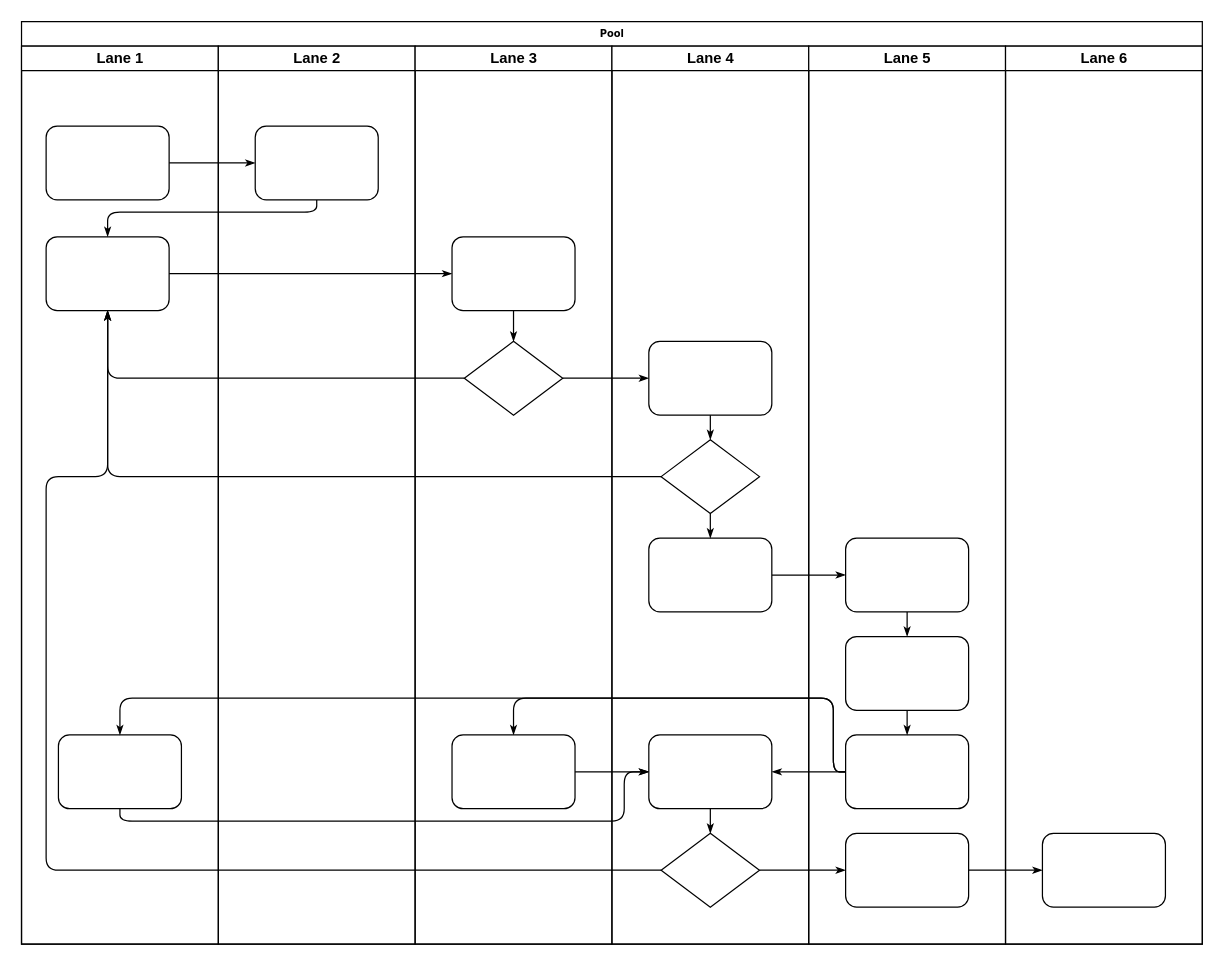
fang056/draw.io.r keeps this draw.io diagram as page "Page-1" (1 of 2) of 未命名绘图.drawio. Above is the earlier version. Source tidied: cells renumbered, new cells numbered last; positions are measured from the earlier drawing's top-left corner, leaving out a move shared by most shapes. Both pictures are drawn from the tidied source at 123%, with x=0, y=0 at pixel (21, 21).
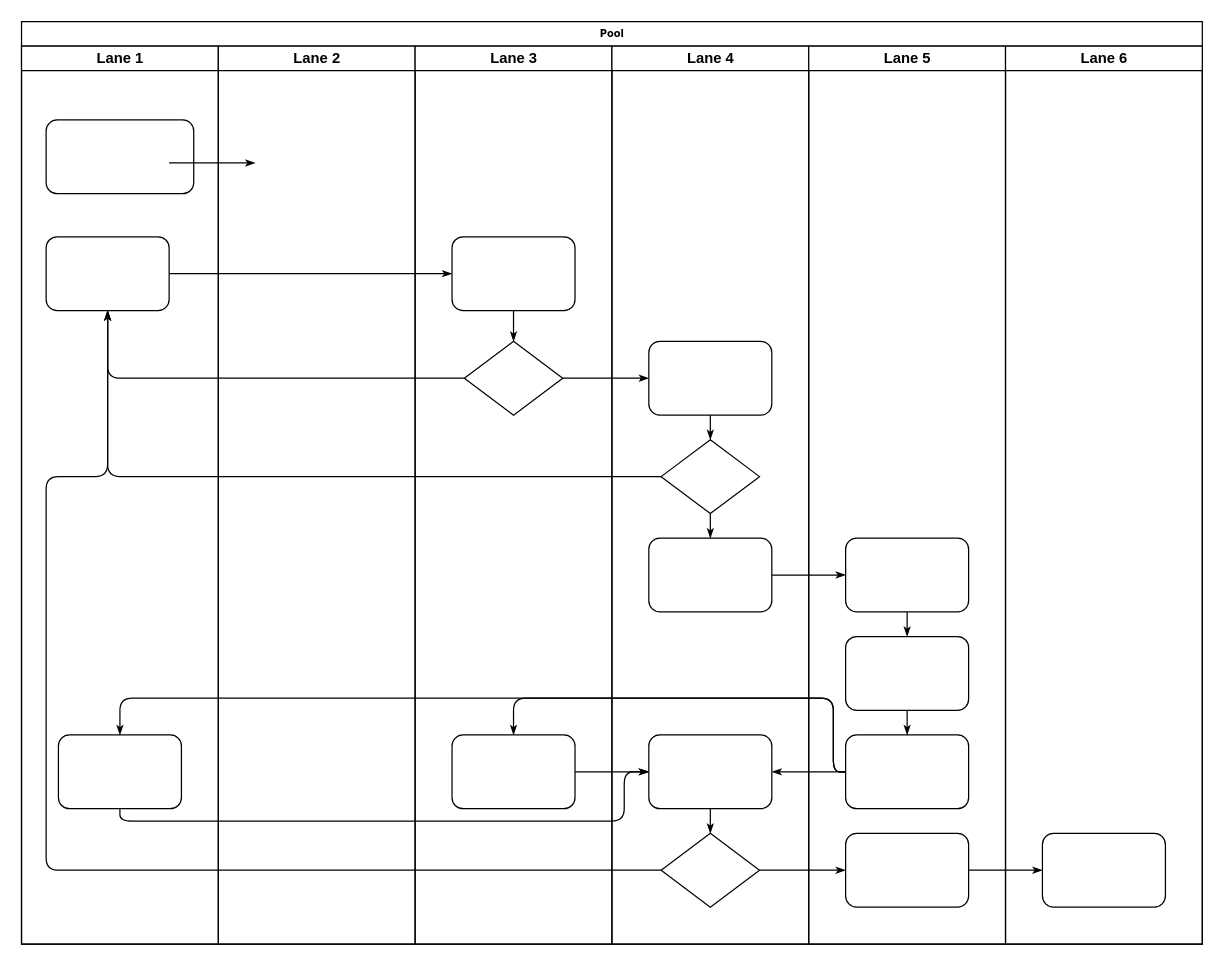
Above is the later version.

Unchanged cells that the change refers to:
```xml
<mxCell id="2" value="Pool" style="swimlane;html=1;startSize=20;rounded=0;shadow=0;labelBackgroundColor=none;strokeWidth=1;fontFamily=Verdana;fontSize=8;align=center;" parent="1" vertex="1">
  <mxGeometry width="960" height="750" as="geometry" />
</mxCell>
<mxCell id="3" value="Lane 1" style="swimlane;html=1;startSize=20;" parent="2" vertex="1">
  <mxGeometry y="20" width="160" height="730" as="geometry" />
</mxCell>
<mxCell id="5" style="rounded=1;whiteSpace=wrap;html=1;shadow=0;labelBackgroundColor=none;strokeWidth=1;fontFamily=Verdana;fontSize=8;align=center;" parent="3" vertex="1">
  <mxGeometry x="20" y="155" width="100" height="60" as="geometry" />
</mxCell>
<mxCell id="22" value="Lane 2" style="swimlane;html=1;startSize=20;" parent="2" vertex="1">
  <mxGeometry x="160" y="20" width="160" height="730" as="geometry" />
</mxCell>
```

What changed in the source:
```diff
@@
-    <mxCell id="4" style="rounded=1;whiteSpace=wrap;html=1;shadow=0;labelBackgroundColor=none;strokeWidth=1;fontFamily=Verdana;fontSize=8;align=center;" parent="3" vertex="1">
-      <mxGeometry x="20" y="65" width="100" height="60" as="geometry" />
-    </mxCell>
@@
+    <mxCell id="47" style="rounded=1;whiteSpace=wrap;html=1;" parent="3" vertex="1">
+      <mxGeometry x="20" y="60" width="120" height="60" as="geometry" />
+    </mxCell>
-    <mxCell id="7" style="edgeStyle=orthogonalEdgeStyle;rounded=1;html=1;labelBackgroundColor=none;startArrow=none;startFill=0;startSize=5;endArrow=classicThin;endFill=1;endSize=5;jettySize=auto;strokeWidth=1;fontFamily=Verdana;fontSize=8;" parent="2" edge="1" source="4" target="23">
-      <mxGeometry relative="1" as="geometry" />
+    <mxCell id="7" style="edgeStyle=orthogonalEdgeStyle;rounded=1;html=1;labelBackgroundColor=none;startArrow=none;startFill=0;startSize=5;endArrow=classicThin;endFill=1;endSize=5;jettySize=auto;orthogonalLoop=1;strokeWidth=1;fontFamily=Verdana;fontSize=8;" parent="2" edge="1">
+      <mxGeometry relative="1" as="geometry">
+        <mxPoint x="120" y="115" as="sourcePoint" />
+        <mxPoint x="190" y="115" as="targetPoint" />
+      </mxGeometry>
     </mxCell>
-    <mxCell id="8" style="edgeStyle=orthogonalEdgeStyle;rounded=1;html=1;labelBackgroundColor=none;startArrow=none;startFill=0;startSize=5;endArrow=classicThin;endFill=1;endSize=5;jettySize=auto;strokeWidth=1;fontFamily=Verdana;fontSize=8;" parent="2" edge="1" source="23" target="5">
-      <mxGeometry relative="1" as="geometry">
-        <Array as="points">
-          <mxPoint x="240" y="155" />
-          <mxPoint x="70" y="155" />
-        </Array>
-      </mxGeometry>
-    </mxCell>
@@
-    <mxCell id="23" style="rounded=1;whiteSpace=wrap;html=1;shadow=0;labelBackgroundColor=none;strokeWidth=1;fontFamily=Verdana;fontSize=8;align=center;" parent="22" vertex="1">
-      <mxGeometry x="30" y="65" width="100" height="60" as="geometry" />
-    </mxCell>
```
